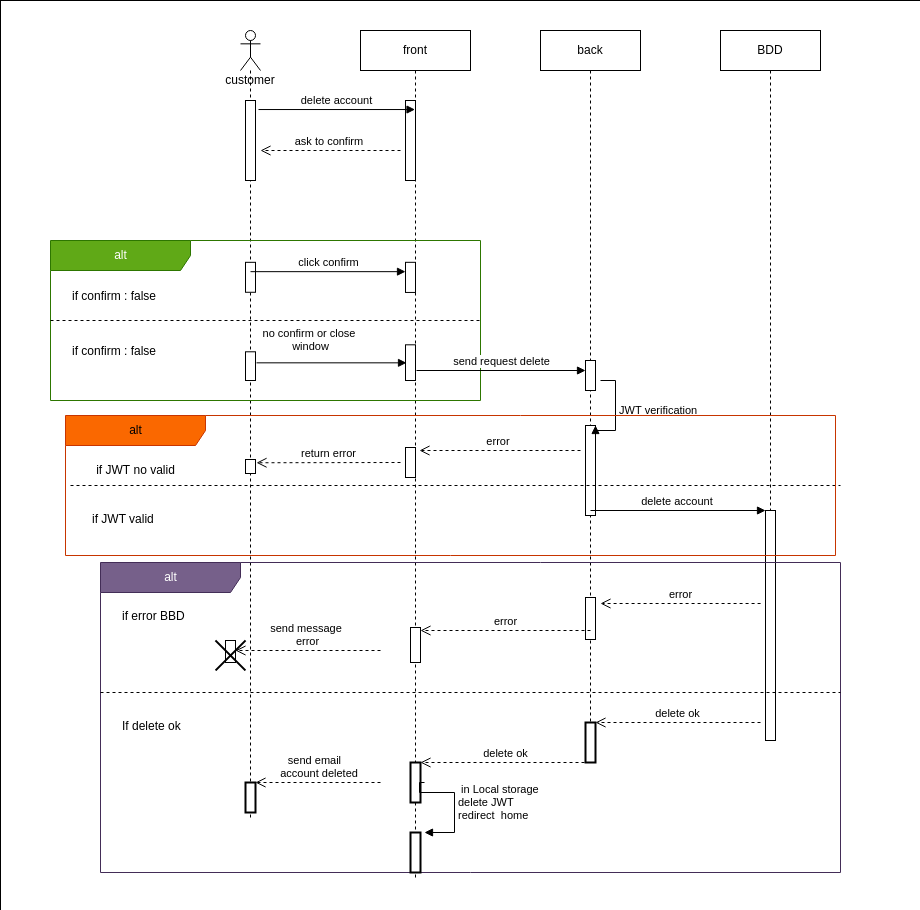
Earlier version of the draw.io export Documentation-diagrams/diagrams-img/sequence delete account drawio.png (aerobi93/Modelisation-UML). Source tidied: cells renumbered, new cells last; positions are measured from the earlier drawing's top-left corner, leaving out a move shared by most shapes.
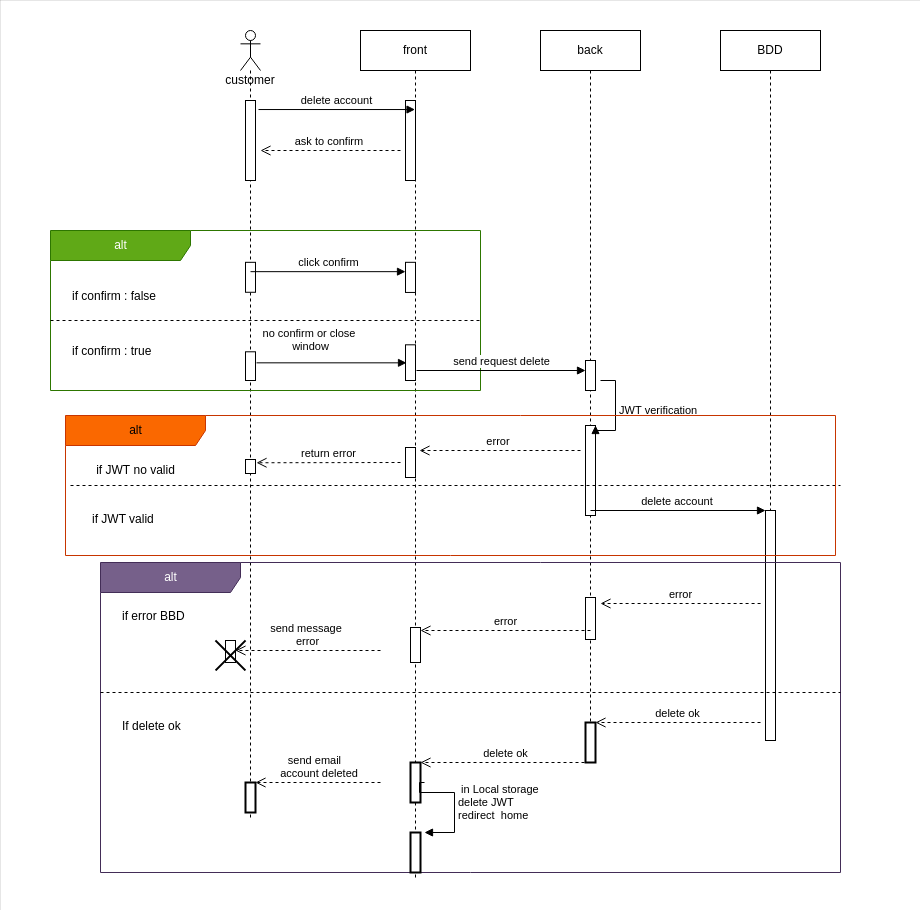
Above is the later version.

The edit, as a diff of the source:
```diff
@@ -36,14 +36,14 @@
       </mxGeometry>
     </mxCell>
     <mxCell id="12" value="alt" style="shape=umlFrame;tabWidth=110;tabHeight=30;tabPosition=left;html=1;boundedLbl=1;labelInHeader=1;width=140;height=30;fillColor=#60a917;strokeColor=#2D7600;fontColor=#ffffff;" parent="1" vertex="1">
-      <mxGeometry x="50" y="240" width="430" height="160" as="geometry" />
+      <mxGeometry x="50" y="230" width="430" height="160" as="geometry" />
     </mxCell>
     <mxCell id="13" value="if confirm : false" style="text;" parent="1" vertex="1">
       <mxGeometry x="50" y="241.8" width="100" height="20" as="geometry">
         <mxPoint x="20" y="40" as="offset" />
       </mxGeometry>
     </mxCell>
-    <mxCell id="14" value="if confirm : false" style="line;strokeWidth=1;dashed=1;labelPosition=center;verticalLabelPosition=bottom;align=left;verticalAlign=top;spacingLeft=20;spacingTop=15;" parent="1" vertex="1">
+    <mxCell id="14" value="if confirm : true" style="line;strokeWidth=1;dashed=1;labelPosition=center;verticalLabelPosition=bottom;align=left;verticalAlign=top;spacingLeft=20;spacingTop=15;" parent="1" vertex="1">
       <mxGeometry x="50" y="317.8" width="430" height="4.4" as="geometry" />
     </mxCell>
     <mxCell id="15" style="html=1;perimeter=orthogonalPerimeter;" parent="1" vertex="1">
```
